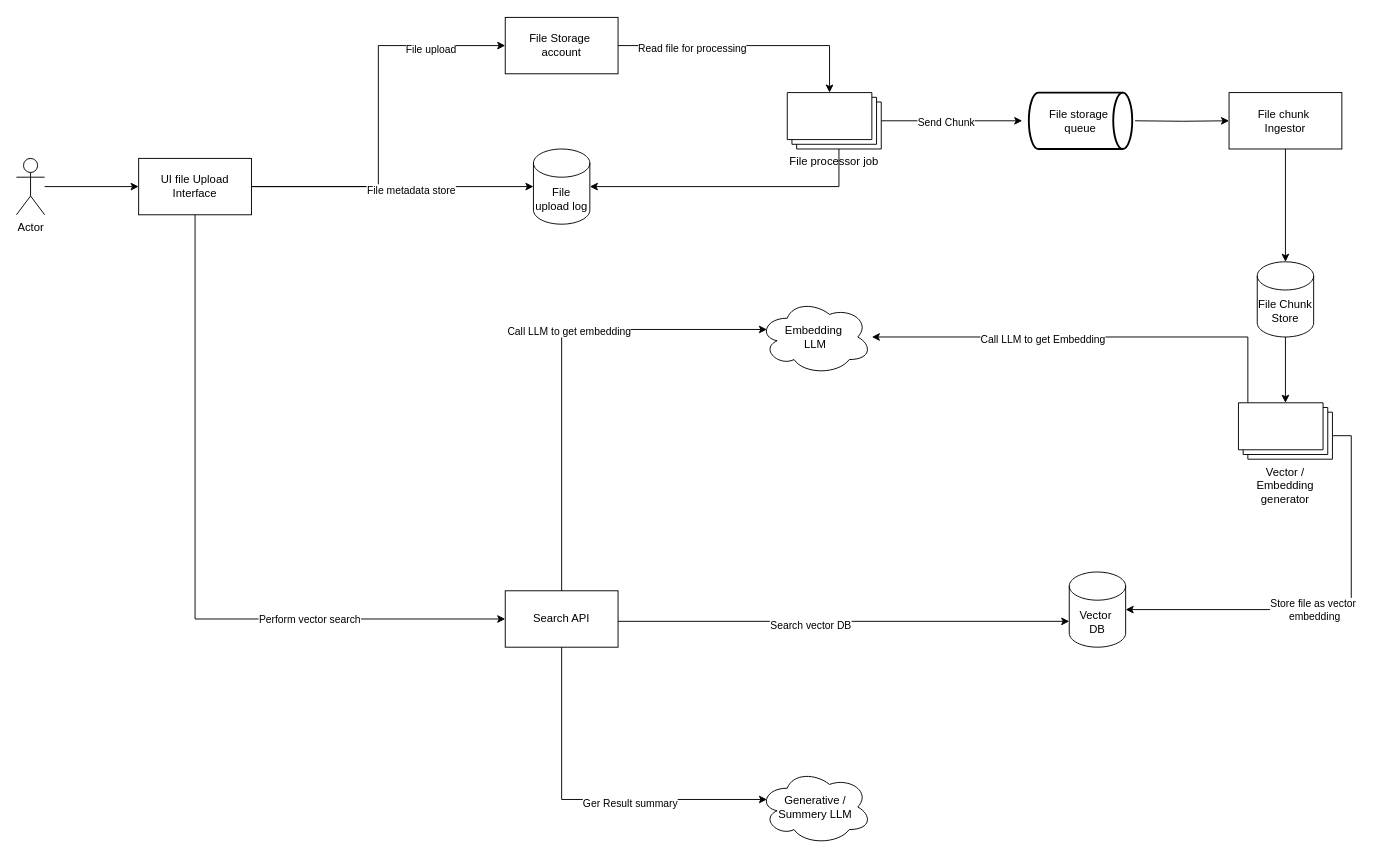
This is page "flow of RAG system with PDF files" (14 of 14) of System design.drawio from souravkayal/System-design, a draw.io file, before an edit. Source tidied: cells renumbered, new cells numbered last; positions are measured from the earlier drawing's top-left corner, leaving out a move shared by most shapes. Both pictures are drawn from the tidied source at 94%, with x=0, y=0 at pixel (16, 17).
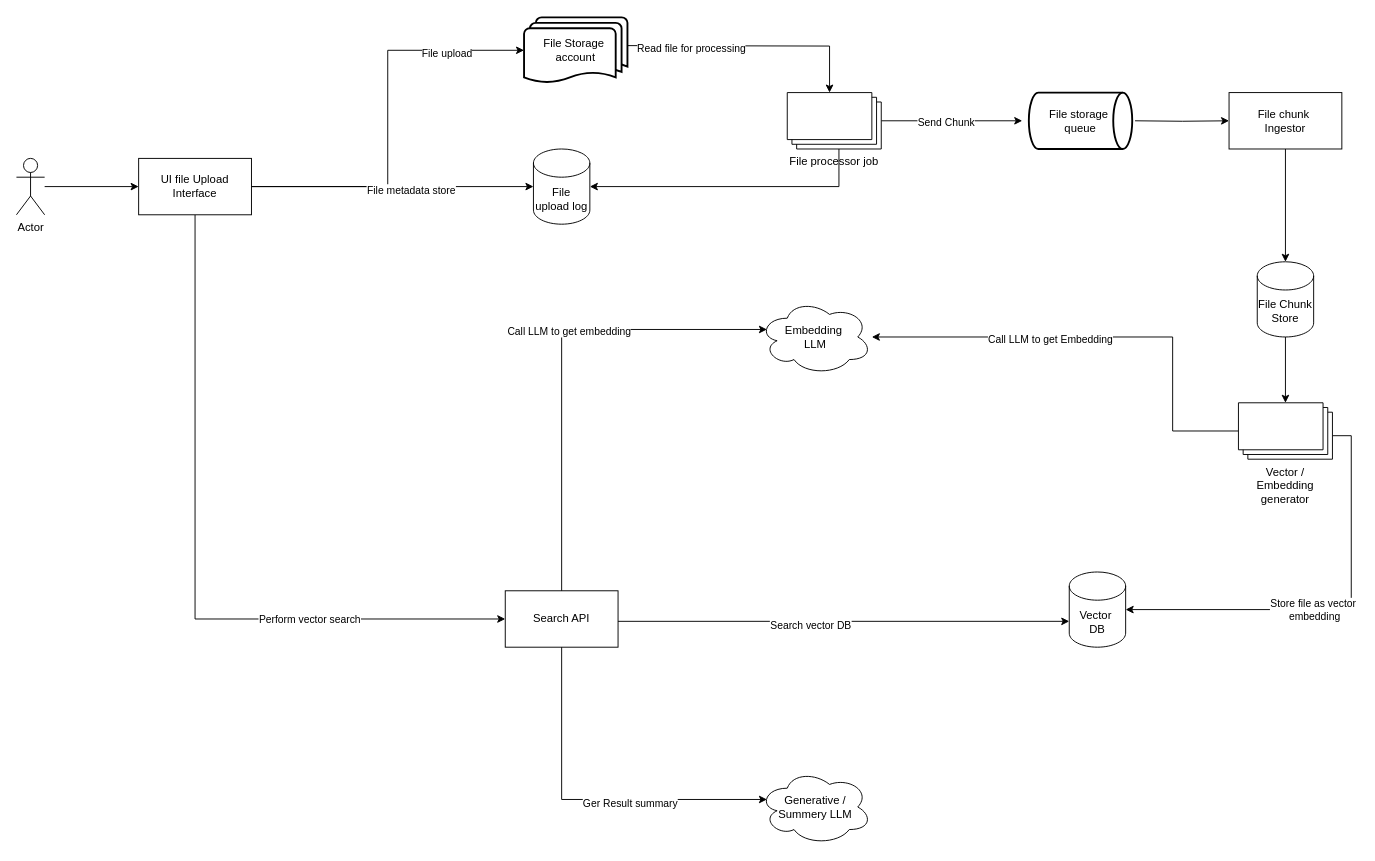
The same diagram, later.

Commit message:
system design update

system design update

Unchanged cells that the change refers to:
```xml
<mxCell id="8" value="UI file Upload Interface" style="rounded=0;whiteSpace=wrap;html=1;" parent="1" vertex="1">
  <mxGeometry x="130" y="150" width="120" height="60" as="geometry" />
</mxCell>
<mxCell id="15" value="File processor job" style="verticalLabelPosition=bottom;verticalAlign=top;html=1;shape=mxgraph.basic.layered_rect;dx=10;outlineConnect=0;whiteSpace=wrap;" parent="1" vertex="1">
  <mxGeometry x="820" y="80" width="100" height="60" as="geometry" />
</mxCell>
<mxCell id="28" value="Vector / Embedding generator" style="verticalLabelPosition=bottom;verticalAlign=top;html=1;shape=mxgraph.basic.layered_rect;dx=10;outlineConnect=0;whiteSpace=wrap;" parent="1" vertex="1">
  <mxGeometry x="1300" y="410" width="100" height="60" as="geometry" />
</mxCell>
<mxCell id="30" value="Embedding&amp;nbsp;&lt;div&gt;LLM&lt;/div&gt;" style="ellipse;shape=cloud;whiteSpace=wrap;html=1;" parent="1" vertex="1">
  <mxGeometry x="790" y="300" width="120" height="80" as="geometry" />
</mxCell>
```

What changed in the source:
```diff
@@
-    <mxCell id="4" style="edgeStyle=orthogonalEdgeStyle;rounded=0;jettySize=auto;html=1;entryX=0;entryY=0.5;entryDx=0;entryDy=0;" parent="1" edge="1" source="8" target="9">
+    <mxCell id="4" style="edgeStyle=orthogonalEdgeStyle;rounded=0;jettySize=auto;html=1;entryX=0;entryY=0.5;entryDx=0;entryDy=0;entryPerimeter=0;" parent="1" edge="1" source="8" target="9">
       <mxGeometry relative="1" as="geometry" />
     </mxCell>
@@
-    <mxCell id="9" value="File Storage&amp;nbsp;&lt;div&gt;account&lt;/div&gt;" style="rounded=0;whiteSpace=wrap;html=1;" parent="1" vertex="1">
-      <mxGeometry x="520" width="120" height="60" as="geometry" />
-    </mxCell>
@@
-    <mxCell id="16" style="edgeStyle=orthogonalEdgeStyle;rounded=0;jettySize=auto;html=1;entryX=0;entryY=0;entryDx=45;entryDy=0;entryPerimeter=0;" parent="1" edge="1" source="9" target="15">
-      <mxGeometry relative="1" as="geometry" />
+    <mxCell id="16" style="edgeStyle=orthogonalEdgeStyle;rounded=0;jettySize=auto;html=1;entryX=0;entryY=0;entryDx=45;entryDy=0;entryPerimeter=0;" parent="1" edge="1" target="15">
+      <mxGeometry relative="1" as="geometry">
+        <mxPoint x="640" y="30" as="sourcePoint" />
+      </mxGeometry>
     </mxCell>
@@
     <mxCell id="26" style="edgeStyle=orthogonalEdgeStyle;rounded=0;jettySize=auto;html=1;" parent="1" edge="1" source="28" target="30">
       <mxGeometry relative="1" as="geometry">
         <Array as="points">
-          <mxPoint x="1310" y="340" />
+          <mxPoint x="1230" y="440" />
+          <mxPoint x="1230" y="340" />
         </Array>
       </mxGeometry>
     </mxCell>
@@
+    <mxCell id="9" value="File Storage&amp;nbsp;&lt;div&gt;account&lt;/div&gt;" style="strokeWidth=2;html=1;shape=mxgraph.flowchart.multi-document;whiteSpace=wrap;" parent="1" vertex="1">
+      <mxGeometry x="540" width="110" height="70" as="geometry" />
+    </mxCell>
```
